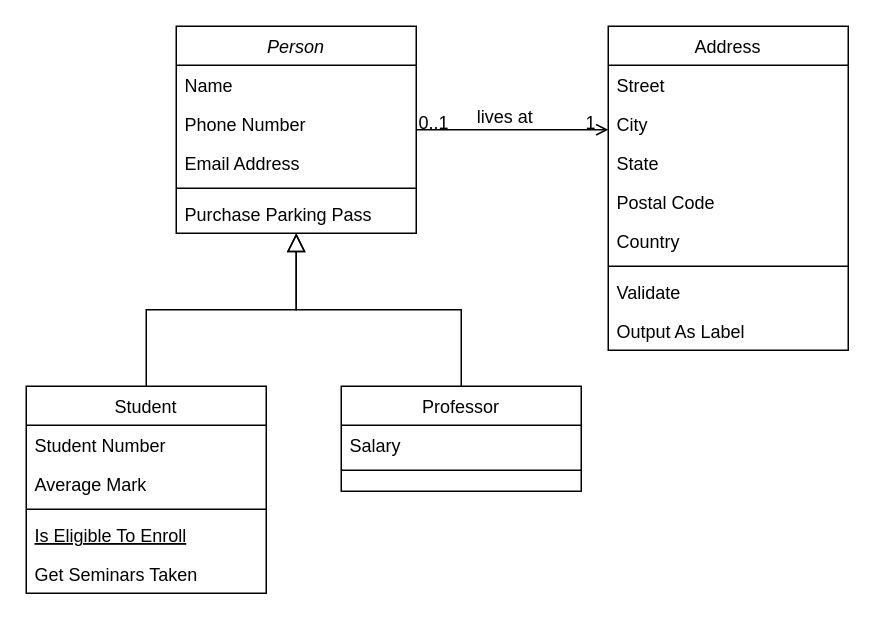
Above: page "Page-1" (1 of 2) of Untitled Diagram.drawio in MithunAj/ClassDiagrams (draw.io), before the change. Source tidied: cells renumbered, new cells numbered last; positions are measured from the earlier drawing's top-left corner, leaving out a move shared by most shapes. Both pictures are drawn from the tidied source at 150%, with x=0, y=0 at pixel (26, 26).
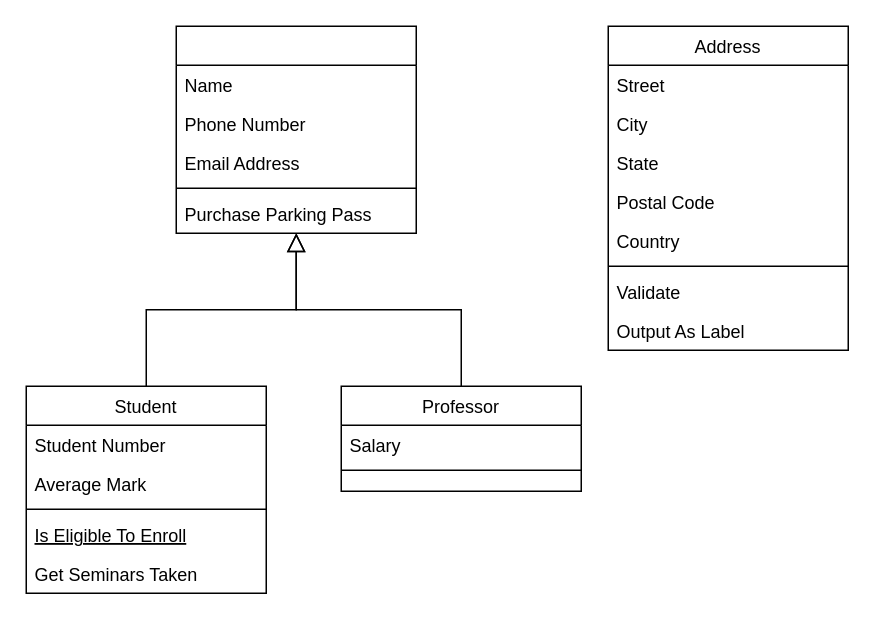
Above is the later version.

The change refers to these unchanged cells:
```xml
<mxCell id="19" value="Address" style="swimlane;fontStyle=0;align=center;verticalAlign=top;horizontal=1;startSize=26;rounded=0;shadow=0;strokeWidth=1;" parent="1" vertex="1">
  <mxGeometry x="388" width="160" height="216" as="geometry" />
</mxCell>
```

Change to the diagram source:
```diff
@@
-    <mxCell id="2" value="Person" style="swimlane;fontStyle=2;align=center;verticalAlign=top;horizontal=1;startSize=26;rounded=0;shadow=0;strokeWidth=1;" parent="1" vertex="1">
+    <mxCell id="2" style="swimlane;fontStyle=2;align=center;verticalAlign=top;horizontal=1;startSize=26;rounded=0;shadow=0;strokeWidth=1;" parent="1" vertex="1">
       <mxGeometry x="100" width="160" height="138" as="geometry" />
     </mxCell>
@@
-    <mxCell id="28" style="endArrow=open;shadow=0;strokeWidth=1;rounded=0;curved=0;endFill=1;edgeStyle=elbowEdgeStyle;elbow=vertical;" parent="1" edge="1" source="2" target="19">
-      <mxGeometry x="0.5" y="41" relative="1" as="geometry">
-        <mxPoint x="-40" y="32" as="offset" />
-      </mxGeometry>
-    </mxCell>
-    <mxCell id="29" value="0..1" style="align=left;verticalAlign=bottom;labelBackgroundColor=none;fontSize=12;" parent="28" vertex="1">
-      <mxGeometry x="-1" relative="1" as="geometry">
-        <mxPoint y="4" as="offset" />
-      </mxGeometry>
-    </mxCell>
-    <mxCell id="30" value="1" style="align=right;verticalAlign=bottom;labelBackgroundColor=none;fontSize=12;" parent="28" vertex="1">
-      <mxGeometry x="1" relative="1" as="geometry">
-        <mxPoint x="-7" y="4" as="offset" />
-      </mxGeometry>
-    </mxCell>
-    <mxCell id="31" value="lives at" style="text;html=1;align=center;verticalAlign=middle;labelBackgroundColor=none;rounded=0;shadow=0;strokeWidth=1;fontSize=12;" parent="28" vertex="1">
-      <mxGeometry x="0.5" y="49" relative="1" as="geometry">
-        <mxPoint x="-38" y="40" as="offset" />
-      </mxGeometry>
-    </mxCell>
```
